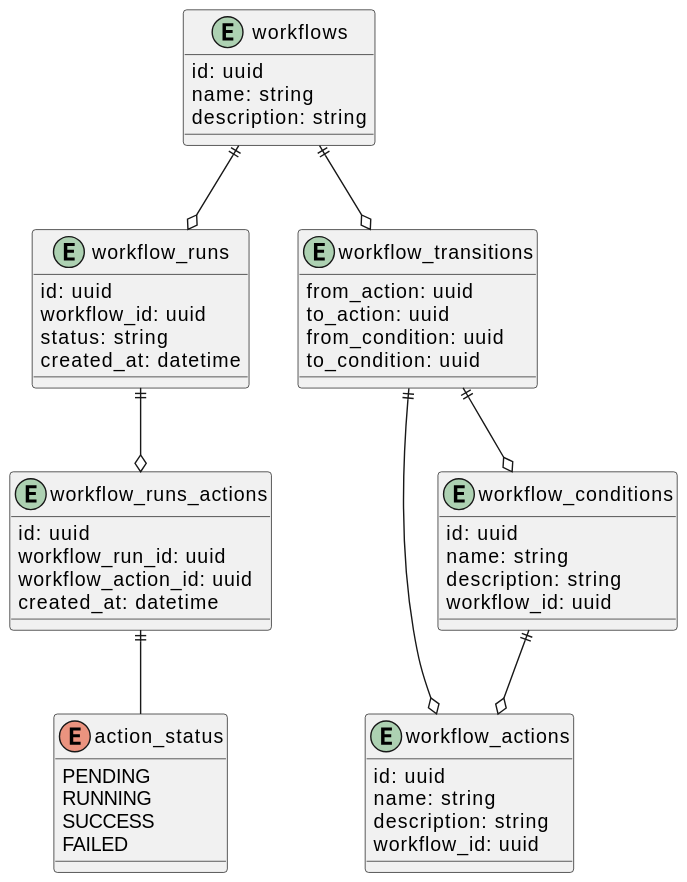
Above: src/routes/experiments/workflows/notion-to-blog/workflows_schema.svg in sansomguy/showcase (PlantUML), before the change. Its diagram source:
```plantuml
@startuml
entity workflows {
id: uuid
name: string
description: string
}

entity workflow_actions {
    id: uuid
    name: string
    description: string
    workflow_id: uuid
}

entity workflow_conditions {
    id: uuid
    name: string
    description: string
    workflow_id: uuid
}

entity workflow_runs {
    id: uuid
    workflow_id: uuid
    status: string
    created_at: datetime
}

entity workflow_transitions {
    from_action: uuid
    to_action: uuid
    from_condition: uuid
    to_condition: uuid
}

entity workflow_runs_actions {
    id: uuid
    workflow_run_id: uuid
    workflow_action_id: uuid
    created_at: datetime
}

enum action_status {
    PENDING
    RUNNING
    SUCCESS
    FAILED
}

workflows ||--o workflow_transitions
workflows ||--o workflow_runs

workflow_transitions ||--o workflow_actions
workflow_transitions ||--o workflow_conditions
workflow_conditions ||--o workflow_actions

workflow_runs_actions ||-- action_status

workflow_runs ||--o workflow_runs_actions
@enduml
```
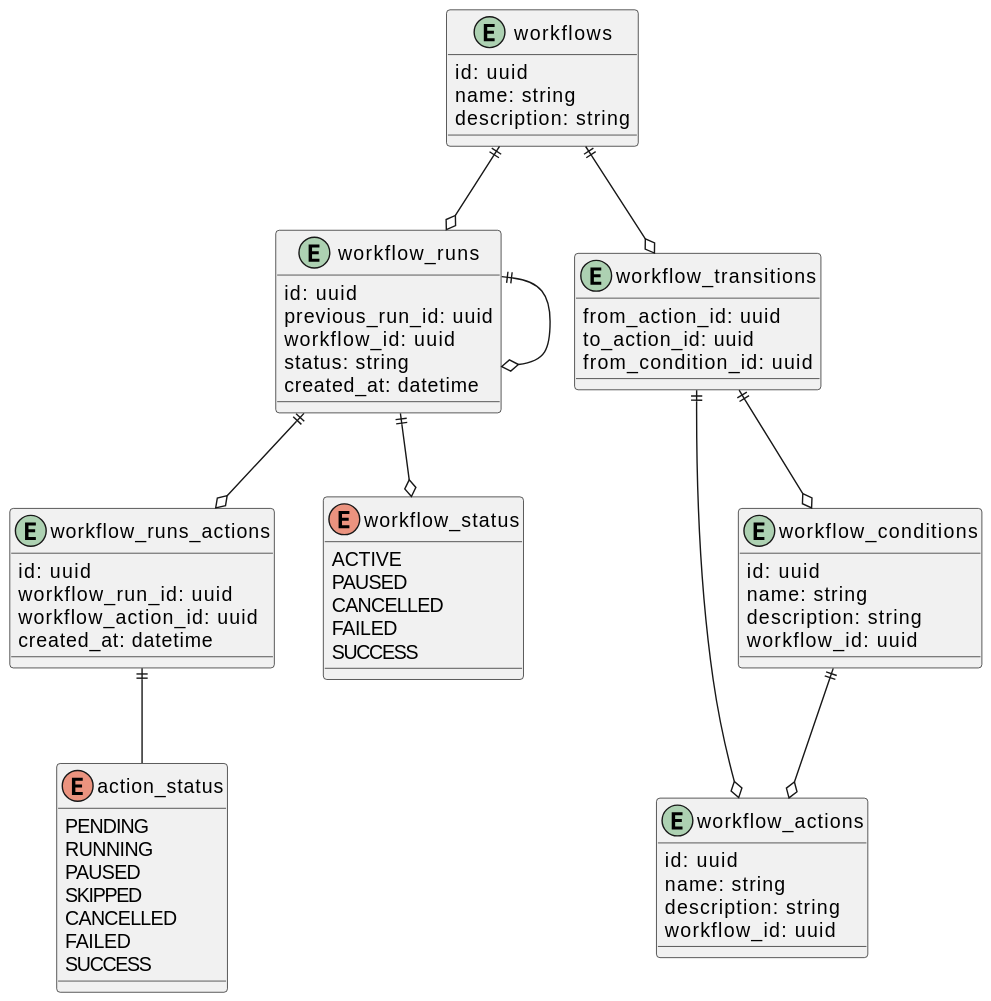
After the change.

Change to the diagram source:
```diff
@@ -21,16 +21,16 @@
 
 entity workflow_runs {
     id: uuid
+    previous_run_id: uuid
     workflow_id: uuid
     status: string
     created_at: datetime
 }
 
 entity workflow_transitions {
-    from_action: uuid
-    to_action: uuid
-    from_condition: uuid
-    to_condition: uuid
+    from_action_id: uuid
+    to_action_id: uuid
+    from_condition_id: uuid
 }
 
 entity workflow_runs_actions {
@@ -43,8 +43,19 @@
 enum action_status {
     PENDING
     RUNNING
+    PAUSED
+    SKIPPED
+    CANCELLED
+    FAILED
     SUCCESS
+}
+
+enum workflow_status {
+    ACTIVE
+    PAUSED
+    CANCELLED
     FAILED
+    SUCCESS
 }
 
 workflows ||--o workflow_transitions
@@ -57,4 +68,6 @@
 workflow_runs_actions ||-- action_status
 
 workflow_runs ||--o workflow_runs_actions
+workflow_runs ||--o workflow_runs
+workflow_runs ||--o workflow_status
 @enduml
```
